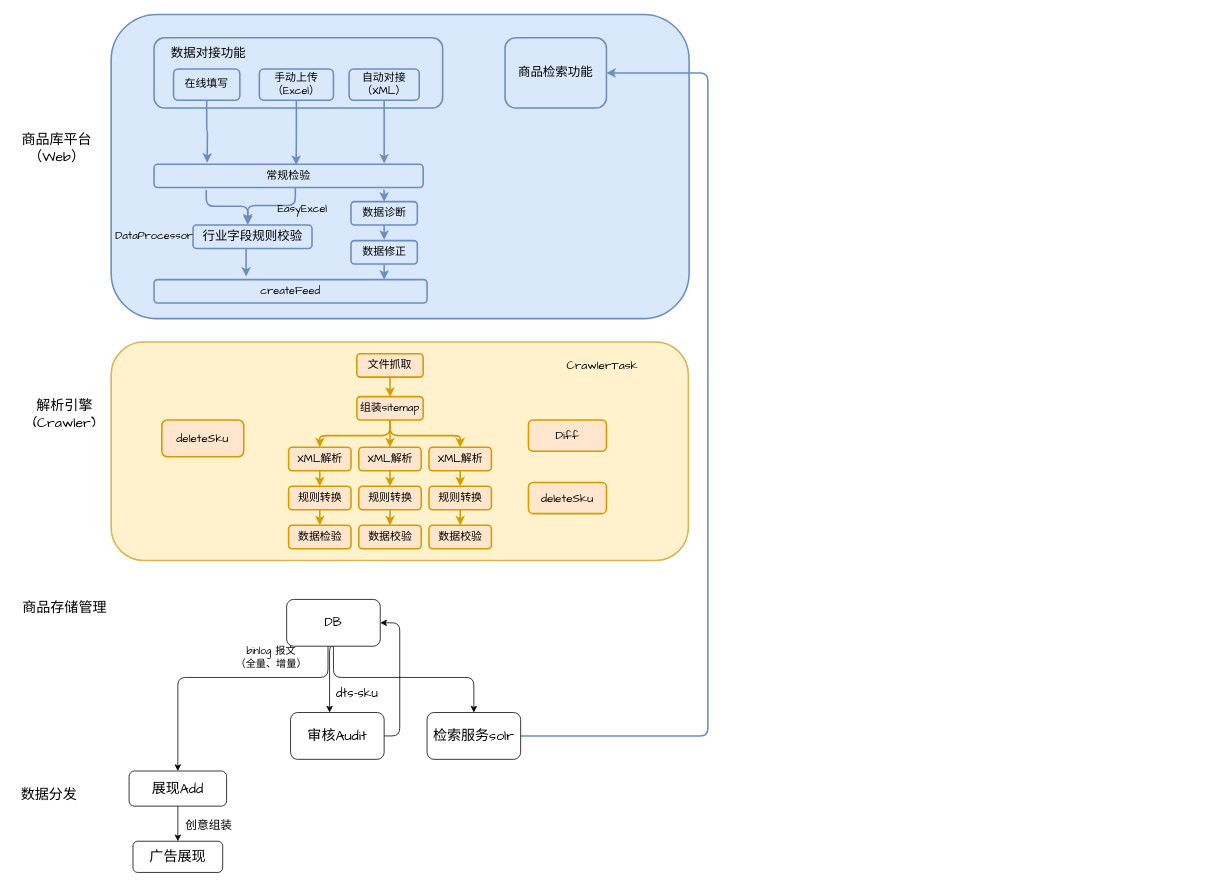
This is page "商品库流程" (5 of 5) of draw.io/dpa.drawio from Jstarfish/picBed, a draw.io file, before an edit. Source tidied: cells renumbered, new cells numbered last; positions are measured from the earlier drawing's top-left corner, leaving out a move shared by most shapes. Both pictures are drawn from the tidied source at 78%, with x=0, y=0 at pixel (13, 14).
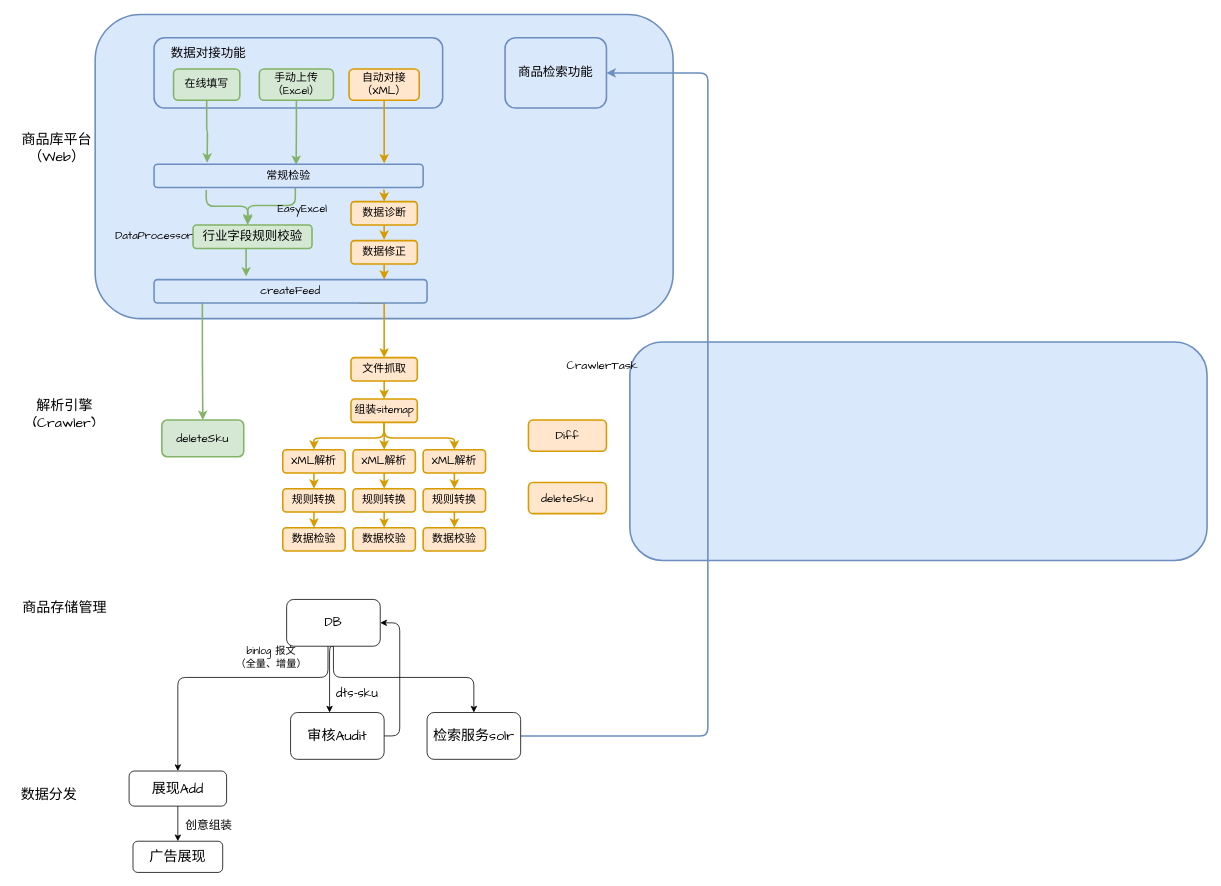
The same diagram, later.

The change refers to these unchanged cells:
```xml
<mxCell id="14" value="&lt;font face=&quot;Comic Sans MS&quot;&gt;&lt;span style=&quot;font-size: 16px&quot;&gt;DB&lt;/span&gt;&lt;/font&gt;" style="whiteSpace=wrap;html=1;rounded=1;" parent="1" vertex="1">
  <mxGeometry x="350" y="750" width="120" height="60" as="geometry" />
</mxCell>
<mxCell id="21" value="&lt;span style=&quot;font-family: &amp;#34;comic sans ms&amp;#34; ; font-size: 18px&quot;&gt;检索服务solr&lt;/span&gt;" style="whiteSpace=wrap;html=1;rounded=1;" parent="1" vertex="1">
  <mxGeometry x="530" y="895" width="120" height="60" as="geometry" />
</mxCell>
<mxCell id="44" value="&lt;font style=&quot;font-size: 14px&quot; face=&quot;Comic Sans MS&quot;&gt;常规检验&lt;/font&gt;" style="whiteSpace=wrap;html=1;fillColor=#dae8fc;strokeColor=#6c8ebf;strokeWidth=2;rounded=1;" parent="1" vertex="1">
  <mxGeometry x="180" y="192" width="345" height="30" as="geometry" />
</mxCell>
<mxCell id="63" value="&lt;font face=&quot;Comic Sans MS&quot; style=&quot;font-size: 14px&quot;&gt;createFeed&lt;/font&gt;" style="whiteSpace=wrap;html=1;strokeWidth=2;fillColor=#dae8fc;strokeColor=#6c8ebf;rounded=1;" parent="1" vertex="1">
  <mxGeometry x="180" y="340" width="350" height="30" as="geometry" />
</mxCell>
```

What changed in the source:
```diff
@@
-    <mxCell id="2" style="whiteSpace=wrap;html=1;strokeWidth=2;fillColor=#fff2cc;rounded=1;strokeColor=#d6b656;" parent="1" vertex="1">
-      <mxGeometry x="125" y="420" width="740" height="280" as="geometry" />
+    <mxCell id="2" style="whiteSpace=wrap;html=1;strokeWidth=2;fillColor=#dae8fc;rounded=1;strokeColor=#6c8ebf;" parent="1" vertex="1">
+      <mxGeometry x="790" y="420" width="740" height="280" as="geometry" />
     </mxCell>
     <mxCell id="3" style="whiteSpace=wrap;html=1;fillColor=#dae8fc;strokeColor=#6c8ebf;strokeWidth=2;rounded=1;" parent="1" vertex="1">
-      <mxGeometry x="125" width="741" height="390" as="geometry" />
+      <mxGeometry x="104.5" width="741" height="390" as="geometry" />
     </mxCell>
@@
-    <mxCell id="5" style="edgeStyle=orthogonalEdgeStyle;jettySize=auto;html=1;exitX=0.5;exitY=1;exitDx=0;exitDy=0;entryX=0.855;entryY=-0.033;entryDx=0;entryDy=0;entryPerimeter=0;strokeWidth=2;fillColor=#dae8fc;strokeColor=#6c8ebf;" parent="1" edge="1" source="6" target="44">
+    <mxCell id="5" style="edgeStyle=orthogonalEdgeStyle;jettySize=auto;html=1;exitX=0.5;exitY=1;exitDx=0;exitDy=0;entryX=0.855;entryY=-0.033;entryDx=0;entryDy=0;entryPerimeter=0;strokeWidth=2;fillColor=#ffe6cc;strokeColor=#d79b00;" parent="1" edge="1" source="6" target="44">
       <mxGeometry relative="1" as="geometry" />
     </mxCell>
-    <mxCell id="6" value="&lt;font face=&quot;Comic Sans MS&quot; style=&quot;font-size: 14px&quot;&gt;自动对接（XML）&lt;/font&gt;" style="whiteSpace=wrap;html=1;fillColor=#dae8fc;strokeColor=#6c8ebf;strokeWidth=2;rounded=1;" parent="1" vertex="1">
+    <mxCell id="6" value="&lt;font face=&quot;Comic Sans MS&quot; style=&quot;font-size: 14px&quot;&gt;自动对接（XML）&lt;/font&gt;" style="whiteSpace=wrap;html=1;fillColor=#ffe6cc;strokeColor=#d79b00;strokeWidth=2;rounded=1;" parent="1" vertex="1">
       <mxGeometry x="430" y="70" width="90" height="40" as="geometry" />
     </mxCell>
@@
-    <mxCell id="9" style="edgeStyle=orthogonalEdgeStyle;jettySize=auto;html=1;exitX=0.452;exitY=0.967;exitDx=0;exitDy=0;strokeWidth=2;exitPerimeter=0;fillColor=#dae8fc;strokeColor=#6c8ebf;" parent="1" edge="1" source="10">
+    <mxCell id="9" style="edgeStyle=orthogonalEdgeStyle;jettySize=auto;html=1;exitX=0.452;exitY=0.967;exitDx=0;exitDy=0;strokeWidth=2;exitPerimeter=0;fillColor=#d5e8d4;strokeColor=#82b366;" parent="1" edge="1" source="10">
       <mxGeometry relative="1" as="geometry">
         <mxPoint x="298" y="336" as="targetPoint" />
         <Array as="points">
           <mxPoint x="298" y="336" />
           <mxPoint x="298" y="336" />
         </Array>
       </mxGeometry>
     </mxCell>
-    <mxCell id="10" value="&lt;font face=&quot;Comic Sans MS&quot;&gt;&lt;span style=&quot;font-size: 16px&quot;&gt;行业字段规则校验&lt;/span&gt;&lt;/font&gt;" style="whiteSpace=wrap;html=1;strokeWidth=2;fillColor=#dae8fc;strokeColor=#6c8ebf;rounded=1;" parent="1" vertex="1">
+    <mxCell id="10" value="&lt;font face=&quot;Comic Sans MS&quot;&gt;&lt;span style=&quot;font-size: 16px&quot;&gt;行业字段规则校验&lt;/span&gt;&lt;/font&gt;" style="whiteSpace=wrap;html=1;strokeWidth=2;fillColor=#d5e8d4;strokeColor=#82b366;rounded=1;" parent="1" vertex="1">
       <mxGeometry x="230" y="270" width="152.5" height="30" as="geometry" />
     </mxCell>
@@
-    <mxCell id="12" style="edgeStyle=orthogonalEdgeStyle;jettySize=auto;html=1;" parent="1" edge="1" source="14" target="21">
+    <mxCell id="12" style="edgeStyle=orthogonalEdgeStyle;jettySize=auto;html=1;exitX=0.5;exitY=1;exitDx=0;exitDy=0;" parent="1" edge="1" source="14" target="21">
       <mxGeometry relative="1" as="geometry">
         <Array as="points">
           <mxPoint x="410" y="850" />
           <mxPoint x="590" y="850" />
         </Array>
       </mxGeometry>
     </mxCell>
@@
-    <mxCell id="26" style="edgeStyle=orthogonalEdgeStyle;jettySize=auto;html=1;exitX=0.5;exitY=1;exitDx=0;exitDy=0;entryX=0.528;entryY=0.033;entryDx=0;entryDy=0;entryPerimeter=0;strokeWidth=2;fillColor=#dae8fc;strokeColor=#6c8ebf;" parent="1" edge="1" source="27" target="44">
+    <mxCell id="26" style="edgeStyle=orthogonalEdgeStyle;jettySize=auto;html=1;exitX=0.5;exitY=1;exitDx=0;exitDy=0;entryX=0.528;entryY=0.033;entryDx=0;entryDy=0;entryPerimeter=0;strokeWidth=2;fillColor=#d5e8d4;strokeColor=#82b366;" parent="1" edge="1" source="27" target="44">
       <mxGeometry relative="1" as="geometry" />
     </mxCell>
-    <mxCell id="27" value="&lt;font face=&quot;Comic Sans MS&quot; style=&quot;font-size: 14px&quot;&gt;手动上传（Excel）&lt;/font&gt;" style="whiteSpace=wrap;html=1;fillColor=#dae8fc;strokeColor=#6c8ebf;strokeWidth=2;rounded=1;" parent="1" vertex="1">
+    <mxCell id="27" value="&lt;font face=&quot;Comic Sans MS&quot; style=&quot;font-size: 14px&quot;&gt;手动上传（Excel）&lt;/font&gt;" style="whiteSpace=wrap;html=1;fillColor=#d5e8d4;strokeColor=#82b366;strokeWidth=2;rounded=1;" parent="1" vertex="1">
       <mxGeometry x="315" y="70" width="95" height="40" as="geometry" />
     </mxCell>
-    <mxCell id="28" style="edgeStyle=orthogonalEdgeStyle;jettySize=auto;html=1;exitX=0.5;exitY=1;exitDx=0;exitDy=0;strokeWidth=2;fillColor=#dae8fc;strokeColor=#6c8ebf;" parent="1" edge="1" source="29">
+    <mxCell id="28" style="edgeStyle=orthogonalEdgeStyle;jettySize=auto;html=1;exitX=0.5;exitY=1;exitDx=0;exitDy=0;strokeWidth=2;fillColor=#d5e8d4;strokeColor=#82b366;" parent="1" edge="1" source="29">
       <mxGeometry relative="1" as="geometry">
         <mxPoint x="248" y="190" as="targetPoint" />
       </mxGeometry>
     </mxCell>
-    <mxCell id="29" value="&lt;font face=&quot;Comic Sans MS&quot; style=&quot;font-size: 14px&quot;&gt;在线填写&lt;/font&gt;" style="whiteSpace=wrap;html=1;fillColor=#dae8fc;strokeColor=#6c8ebf;strokeWidth=2;rounded=1;" parent="1" vertex="1">
+    <mxCell id="29" value="&lt;font face=&quot;Comic Sans MS&quot; style=&quot;font-size: 14px&quot;&gt;在线填写&lt;/font&gt;" style="whiteSpace=wrap;html=1;fillColor=#d5e8d4;strokeColor=#82b366;strokeWidth=2;rounded=1;" parent="1" vertex="1">
       <mxGeometry x="205" y="70" width="85" height="40" as="geometry" />
     </mxCell>
@@
-    <mxCell id="31" style="edgeStyle=orthogonalEdgeStyle;jettySize=auto;html=1;exitX=0.5;exitY=1;exitDx=0;exitDy=0;entryX=0.5;entryY=0;entryDx=0;entryDy=0;strokeWidth=2;fillColor=#dae8fc;strokeColor=#6c8ebf;" parent="1" edge="1" source="32" target="34">
+    <mxCell id="31" style="edgeStyle=orthogonalEdgeStyle;jettySize=auto;html=1;exitX=0.5;exitY=1;exitDx=0;exitDy=0;entryX=0.5;entryY=0;entryDx=0;entryDy=0;strokeWidth=2;fillColor=#ffe6cc;strokeColor=#d79b00;" parent="1" edge="1" source="32" target="34">
       <mxGeometry relative="1" as="geometry" />
     </mxCell>
-    <mxCell id="32" value="&lt;font style=&quot;font-size: 14px&quot; face=&quot;Comic Sans MS&quot;&gt;数据诊断&lt;/font&gt;" style="whiteSpace=wrap;html=1;strokeWidth=2;fillColor=#dae8fc;strokeColor=#6c8ebf;rounded=1;" parent="1" vertex="1">
+    <mxCell id="32" value="&lt;font style=&quot;font-size: 14px&quot; face=&quot;Comic Sans MS&quot;&gt;数据诊断&lt;/font&gt;" style="whiteSpace=wrap;html=1;strokeWidth=2;fillColor=#ffe6cc;strokeColor=#d79b00;rounded=1;" parent="1" vertex="1">
       <mxGeometry x="432.5" y="240" width="85" height="30" as="geometry" />
     </mxCell>
-    <mxCell id="33" style="edgeStyle=orthogonalEdgeStyle;jettySize=auto;html=1;exitX=0.5;exitY=1;exitDx=0;exitDy=0;entryX=0.843;entryY=0;entryDx=0;entryDy=0;entryPerimeter=0;strokeWidth=2;fillColor=#dae8fc;strokeColor=#6c8ebf;" parent="1" edge="1" source="34" target="63">
+    <mxCell id="33" style="edgeStyle=orthogonalEdgeStyle;jettySize=auto;html=1;exitX=0.5;exitY=1;exitDx=0;exitDy=0;entryX=0.843;entryY=0;entryDx=0;entryDy=0;entryPerimeter=0;strokeWidth=2;fillColor=#ffe6cc;strokeColor=#d79b00;" parent="1" edge="1" source="34" target="63">
       <mxGeometry relative="1" as="geometry" />
     </mxCell>
-    <mxCell id="34" value="&lt;font style=&quot;font-size: 14px&quot; face=&quot;Comic Sans MS&quot;&gt;数据修正&lt;/font&gt;" style="whiteSpace=wrap;html=1;perimeterSpacing=1;strokeWidth=2;fillColor=#dae8fc;strokeColor=#6c8ebf;rounded=1;" parent="1" vertex="1">
+    <mxCell id="34" value="&lt;font style=&quot;font-size: 14px&quot; face=&quot;Comic Sans MS&quot;&gt;数据修正&lt;/font&gt;" style="whiteSpace=wrap;html=1;perimeterSpacing=1;strokeWidth=2;fillColor=#ffe6cc;strokeColor=#d79b00;rounded=1;" parent="1" vertex="1">
       <mxGeometry x="432.5" y="290" width="85" height="30" as="geometry" />
     </mxCell>
@@
     <mxCell id="36" value="&lt;font style=&quot;font-size: 14px&quot; face=&quot;Comic Sans MS&quot;&gt;文件抓取&lt;/font&gt;" style="whiteSpace=wrap;html=1;strokeWidth=2;fillColor=#ffe6cc;strokeColor=#d79b00;rounded=1;" parent="1" vertex="1">
-      <mxGeometry x="440" y="435" width="85" height="30" as="geometry" />
+      <mxGeometry x="432.5" y="440" width="85" height="30" as="geometry" />
     </mxCell>
@@
     <mxCell id="38" value="&lt;font style=&quot;font-size: 14px&quot; face=&quot;Comic Sans MS&quot;&gt;XML解析&lt;/font&gt;" style="whiteSpace=wrap;html=1;strokeWidth=2;fillColor=#ffe6cc;strokeColor=#d79b00;rounded=1;" parent="1" vertex="1">
-      <mxGeometry x="352.5" y="555" width="80" height="30" as="geometry" />
+      <mxGeometry x="345" y="558" width="80" height="30" as="geometry" />
     </mxCell>
@@
     <mxCell id="40" value="&lt;font face=&quot;Comic Sans MS&quot;&gt;&lt;span style=&quot;font-size: 14px&quot;&gt;规则转换&lt;/span&gt;&lt;/font&gt;" style="whiteSpace=wrap;html=1;strokeWidth=2;fillColor=#ffe6cc;strokeColor=#d79b00;rounded=1;" parent="1" vertex="1">
-      <mxGeometry x="352.5" y="605" width="80" height="30" as="geometry" />
+      <mxGeometry x="345" y="608" width="80" height="30" as="geometry" />
     </mxCell>
-    <mxCell id="41" style="edgeStyle=orthogonalEdgeStyle;jettySize=auto;html=1;exitX=0.525;exitY=1;exitDx=0;exitDy=0;strokeWidth=2;exitPerimeter=0;fillColor=#dae8fc;strokeColor=#6c8ebf;" parent="1" edge="1" source="44">
+    <mxCell id="41" style="edgeStyle=orthogonalEdgeStyle;jettySize=auto;html=1;exitX=0.525;exitY=1;exitDx=0;exitDy=0;strokeWidth=2;exitPerimeter=0;fillColor=#d5e8d4;strokeColor=#82b366;" parent="1" edge="1" source="44">
       <mxGeometry relative="1" as="geometry">
         <mxPoint x="300" y="268" as="targetPoint" />
         <Array as="points">
           <mxPoint x="361" y="245" />
           <mxPoint x="300" y="245" />
         </Array>
       </mxGeometry>
     </mxCell>
-    <mxCell id="42" style="edgeStyle=orthogonalEdgeStyle;jettySize=auto;html=1;exitX=0.194;exitY=1.1;exitDx=0;exitDy=0;strokeWidth=2;exitPerimeter=0;fillColor=#dae8fc;strokeColor=#6c8ebf;" parent="1" edge="1" source="44">
+    <mxCell id="42" style="edgeStyle=orthogonalEdgeStyle;jettySize=auto;html=1;exitX=0.194;exitY=1.1;exitDx=0;exitDy=0;strokeWidth=2;exitPerimeter=0;fillColor=#d5e8d4;strokeColor=#82b366;" parent="1" edge="1" source="44">
       <mxGeometry relative="1" as="geometry">
         <mxPoint x="300" y="270" as="targetPoint" />
       </mxGeometry>
     </mxCell>
-    <mxCell id="43" style="edgeStyle=orthogonalEdgeStyle;jettySize=auto;html=1;exitX=0.852;exitY=1.1;exitDx=0;exitDy=0;entryX=0.5;entryY=0;entryDx=0;entryDy=0;strokeWidth=2;exitPerimeter=0;fillColor=#dae8fc;strokeColor=#6c8ebf;" parent="1" edge="1" source="44" target="32">
+    <mxCell id="43" style="edgeStyle=orthogonalEdgeStyle;jettySize=auto;html=1;exitX=0.852;exitY=1.1;exitDx=0;exitDy=0;entryX=0.5;entryY=0;entryDx=0;entryDy=0;strokeWidth=2;exitPerimeter=0;fillColor=#ffe6cc;strokeColor=#d79b00;" parent="1" edge="1" source="44" target="32">
       <mxGeometry relative="1" as="geometry" />
     </mxCell>
@@
     <mxCell id="48" value="&lt;font style=&quot;font-size: 14px&quot; face=&quot;Comic Sans MS&quot;&gt;XML解析&lt;/font&gt;" style="whiteSpace=wrap;html=1;strokeWidth=2;fillColor=#ffe6cc;strokeColor=#d79b00;rounded=1;" parent="1" vertex="1">
-      <mxGeometry x="442.5" y="555" width="80" height="30" as="geometry" />
+      <mxGeometry x="435" y="558" width="80" height="30" as="geometry" />
     </mxCell>
@@
     <mxCell id="50" value="&lt;font style=&quot;font-size: 14px&quot; face=&quot;Comic Sans MS&quot;&gt;XML解析&lt;/font&gt;" style="whiteSpace=wrap;html=1;strokeWidth=2;fillColor=#ffe6cc;strokeColor=#d79b00;rounded=1;" parent="1" vertex="1">
-      <mxGeometry x="532.5" y="555" width="80" height="30" as="geometry" />
+      <mxGeometry x="525" y="558" width="80" height="30" as="geometry" />
     </mxCell>
@@
     <mxCell id="52" style="edgeStyle=orthogonalEdgeStyle;jettySize=auto;html=1;exitX=0.5;exitY=1;exitDx=0;exitDy=0;entryX=0.5;entryY=0;entryDx=0;entryDy=0;strokeWidth=2;fillColor=#ffe6cc;strokeColor=#d79b00;" parent="1" edge="1" source="54" target="38">
       <mxGeometry relative="1" as="geometry">
         <Array as="points">
-          <mxPoint x="483" y="540" />
-          <mxPoint x="393" y="540" />
+          <mxPoint x="475.5" y="543" />
+          <mxPoint x="385.5" y="543" />
         </Array>
       </mxGeometry>
     </mxCell>
     <mxCell id="53" style="edgeStyle=orthogonalEdgeStyle;jettySize=auto;html=1;exitX=0.5;exitY=1;exitDx=0;exitDy=0;entryX=0.5;entryY=0;entryDx=0;entryDy=0;strokeWidth=2;fillColor=#ffe6cc;strokeColor=#d79b00;" parent="1" edge="1" source="54" target="50">
       <mxGeometry relative="1" as="geometry">
         <Array as="points">
-          <mxPoint x="483" y="540" />
-          <mxPoint x="573" y="540" />
+          <mxPoint x="475.5" y="543" />
+          <mxPoint x="565.5" y="543" />
         </Array>
       </mxGeometry>
     </mxCell>
     <mxCell id="54" value="&lt;font style=&quot;font-size: 14px&quot; face=&quot;Comic Sans MS&quot;&gt;组装sitemap&lt;/font&gt;" style="whiteSpace=wrap;html=1;strokeWidth=2;fillColor=#ffe6cc;strokeColor=#d79b00;rounded=1;" parent="1" vertex="1">
-      <mxGeometry x="440" y="490" width="85" height="30" as="geometry" />
+      <mxGeometry x="432.5" y="493" width="85" height="30" as="geometry" />
     </mxCell>
@@
     <mxCell id="56" value="&lt;font face=&quot;Comic Sans MS&quot;&gt;&lt;span style=&quot;font-size: 14px&quot;&gt;规则转换&lt;/span&gt;&lt;/font&gt;" style="whiteSpace=wrap;html=1;strokeWidth=2;fillColor=#ffe6cc;strokeColor=#d79b00;rounded=1;" parent="1" vertex="1">
-      <mxGeometry x="442.5" y="605" width="80" height="30" as="geometry" />
+      <mxGeometry x="435" y="608" width="80" height="30" as="geometry" />
     </mxCell>
@@
     <mxCell id="58" value="&lt;font face=&quot;Comic Sans MS&quot;&gt;&lt;span style=&quot;font-size: 14px&quot;&gt;规则转换&lt;/span&gt;&lt;/font&gt;" style="whiteSpace=wrap;html=1;strokeWidth=2;fillColor=#ffe6cc;strokeColor=#d79b00;rounded=1;" parent="1" vertex="1">
-      <mxGeometry x="532.5" y="605" width="80" height="30" as="geometry" />
+      <mxGeometry x="525" y="608" width="80" height="30" as="geometry" />
     </mxCell>
     <mxCell id="59" value="&lt;font face=&quot;Comic Sans MS&quot;&gt;&lt;span style=&quot;font-size: 14px&quot;&gt;数据检验&lt;/span&gt;&lt;/font&gt;" style="whiteSpace=wrap;html=1;strokeWidth=2;fillColor=#ffe6cc;strokeColor=#d79b00;rounded=1;" parent="1" vertex="1">
-      <mxGeometry x="352.5" y="655" width="80" height="30" as="geometry" />
+      <mxGeometry x="345" y="658" width="80" height="30" as="geometry" />
     </mxCell>
     <mxCell id="60" value="&lt;font face=&quot;Comic Sans MS&quot;&gt;&lt;span style=&quot;font-size: 14px&quot;&gt;数据校验&lt;/span&gt;&lt;/font&gt;" style="whiteSpace=wrap;html=1;strokeWidth=2;fillColor=#ffe6cc;strokeColor=#d79b00;rounded=1;" parent="1" vertex="1">
-      <mxGeometry x="442.5" y="655" width="80" height="30" as="geometry" />
+      <mxGeometry x="435" y="658" width="80" height="30" as="geometry" />
     </mxCell>
     <mxCell id="61" value="&lt;font face=&quot;Comic Sans MS&quot;&gt;&lt;span style=&quot;font-size: 14px&quot;&gt;数据校验&lt;/span&gt;&lt;/font&gt;" style="whiteSpace=wrap;html=1;strokeWidth=2;fillColor=#ffe6cc;strokeColor=#d79b00;rounded=1;" parent="1" vertex="1">
-      <mxGeometry x="532.5" y="655" width="80" height="30" as="geometry" />
+      <mxGeometry x="525" y="658" width="80" height="30" as="geometry" />
     </mxCell>
-    <mxCell id="62" value="&lt;font face=&quot;Comic Sans MS&quot; style=&quot;font-size: 15px&quot;&gt;deleteSku&lt;/font&gt;" style="whiteSpace=wrap;html=1;strokeWidth=2;fillColor=#ffe6cc;strokeColor=#d79b00;rounded=1;" parent="1" vertex="1">
+    <mxCell id="62" value="&lt;font face=&quot;Comic Sans MS&quot; style=&quot;font-size: 15px&quot;&gt;deleteSku&lt;/font&gt;" style="whiteSpace=wrap;html=1;strokeWidth=2;fillColor=#d5e8d4;strokeColor=#82b366;rounded=1;" parent="1" vertex="1">
       <mxGeometry x="190" y="520" width="105" height="47" as="geometry" />
     </mxCell>
+    <mxCell id="69" style="edgeStyle=orthogonalEdgeStyle;rounded=0;jettySize=auto;html=1;exitX=0.177;exitY=1;exitDx=0;exitDy=0;entryX=0.5;entryY=0;entryDx=0;entryDy=0;exitPerimeter=0;strokeWidth=2;fillColor=#d5e8d4;strokeColor=#82b366;" parent="1" edge="1" source="63" target="62">
+      <mxGeometry relative="1" as="geometry" />
+    </mxCell>
+    <mxCell id="70" style="edgeStyle=orthogonalEdgeStyle;rounded=0;jettySize=auto;html=1;exitX=0.75;exitY=1;exitDx=0;exitDy=0;entryX=0.5;entryY=0;entryDx=0;entryDy=0;strokeWidth=2;fillColor=#ffe6cc;strokeColor=#d79b00;" parent="1" edge="1" source="63" target="36">
+      <mxGeometry relative="1" as="geometry">
+        <Array as="points">
+          <mxPoint x="475" y="370" />
+        </Array>
+      </mxGeometry>
+    </mxCell>
```
